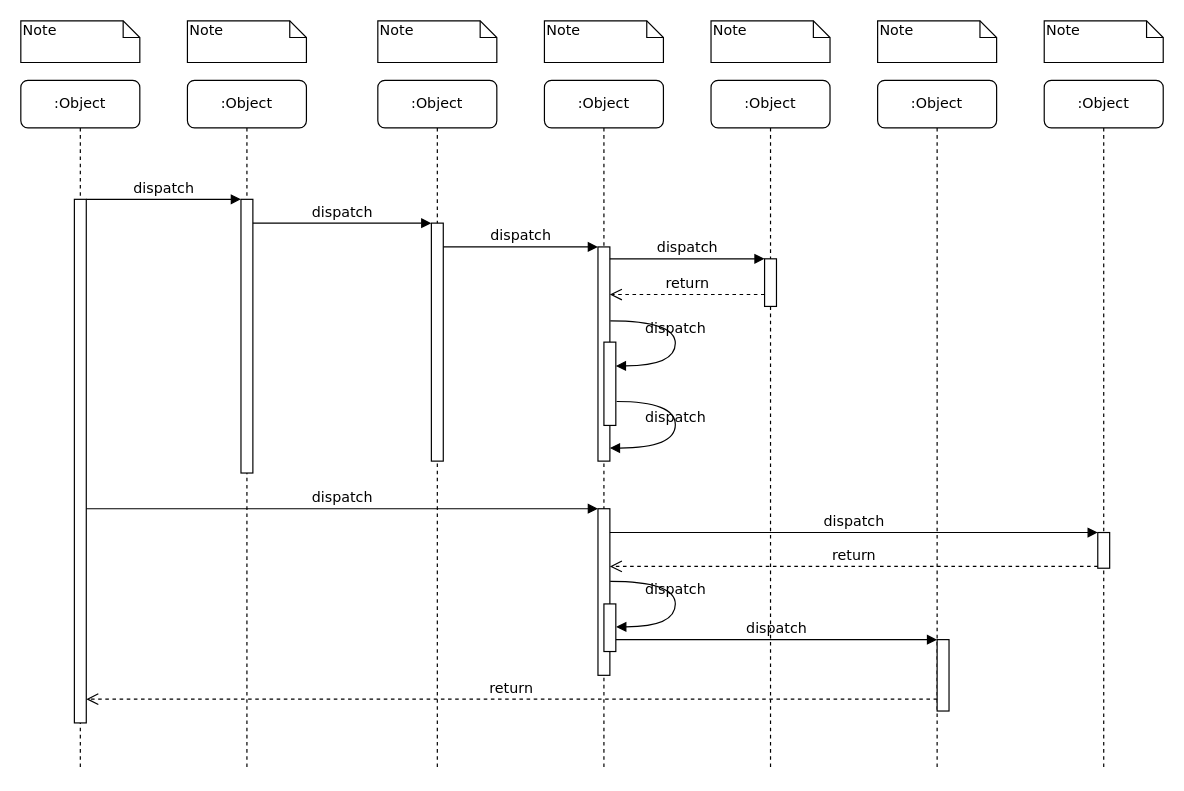
Above: 时序图.drawio in Gonod20s/Voice-Controlled-Robot (draw.io), before the change. Source tidied: cells renumbered, new cells numbered last; positions are measured from the earlier drawing's top-left corner, leaving out a move shared by most shapes. Both pictures are drawn from the tidied source at 119%, with x=0, y=0 at pixel (20, 20).
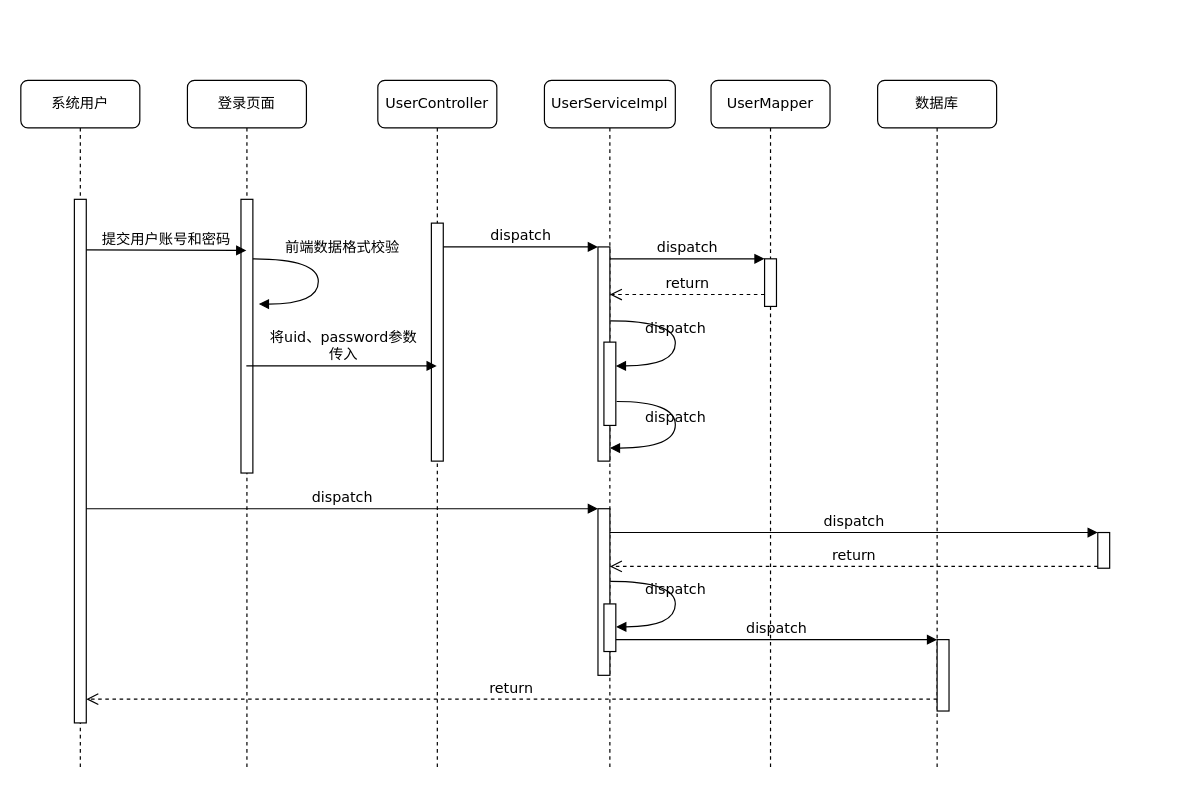
After the change.

Commit message:
更新时序图.drawio

Unchanged cells that the change refers to:
```xml
<mxCell id="3" style="html=1;points=[];perimeter=orthogonalPerimeter;rounded=0;shadow=0;comic=0;labelBackgroundColor=none;strokeWidth=1;fontFamily=Verdana;fontSize=12;align=center;" parent="2" vertex="1">
  <mxGeometry x="45" y="100" width="10" height="230" as="geometry" />
</mxCell>
<mxCell id="5" style="html=1;points=[];perimeter=orthogonalPerimeter;rounded=0;shadow=0;comic=0;labelBackgroundColor=none;strokeWidth=1;fontFamily=Verdana;fontSize=12;align=center;" parent="4" vertex="1">
  <mxGeometry x="45" y="120" width="10" height="200" as="geometry" />
</mxCell>
<mxCell id="11" style="html=1;points=[];perimeter=orthogonalPerimeter;rounded=0;shadow=0;comic=0;labelBackgroundColor=none;strokeWidth=1;fontFamily=Verdana;fontSize=12;align=center;" parent="10" vertex="1">
  <mxGeometry x="45" y="100" width="10" height="440" as="geometry" />
</mxCell>
```

What changed in the source:
```diff
@@
-    <mxCell id="2" value=":Object" style="shape=umlLifeline;perimeter=lifelinePerimeter;whiteSpace=wrap;html=1;outlineConnect=0;rounded=1;shadow=0;comic=0;labelBackgroundColor=none;strokeWidth=1;fontFamily=Verdana;fontSize=12;align=center;" parent="1" vertex="1">
+    <mxCell id="2" value="登录页面" style="shape=umlLifeline;perimeter=lifelinePerimeter;whiteSpace=wrap;html=1;outlineConnect=0;rounded=1;shadow=0;comic=0;labelBackgroundColor=none;strokeWidth=1;fontFamily=Verdana;fontSize=12;align=center;" parent="1" vertex="1">
       <mxGeometry x="140" y="50" width="100" height="580" as="geometry" />
     </mxCell>
@@
+    <mxCell id="39" value="前端数据格式校验" style="html=1;verticalAlign=bottom;endArrow=block;labelBackgroundColor=none;fontFamily=Verdana;fontSize=12;elbow=vertical;edgeStyle=orthogonalEdgeStyle;curved=1;entryX=1;entryY=0.286;entryPerimeter=0;exitX=1.038;exitY=0.345;exitPerimeter=0;" parent="2" edge="1">
+      <mxGeometry x="-0.23" y="20" relative="1" as="geometry">
+        <mxPoint x="55" y="150" as="sourcePoint" />
+        <mxPoint x="60" y="188" as="targetPoint" />
+        <Array as="points">
+          <mxPoint x="110" y="150" />
+          <mxPoint x="110" y="188" />
+        </Array>
+      </mxGeometry>
+    </mxCell>
+    <mxCell id="25" value="提交用户账号和密码" style="html=1;verticalAlign=bottom;endArrow=block;labelBackgroundColor=none;fontFamily=Verdana;fontSize=12;edgeStyle=elbowEdgeStyle;elbow=vertical;exitX=0.5;exitY=0.103;exitDx=0;exitDy=0;exitPerimeter=0;" parent="2" edge="1" target="2">
+      <mxGeometry relative="1" as="geometry">
+        <mxPoint x="-87" y="142.5" as="sourcePoint" />
+      </mxGeometry>
+    </mxCell>
-    <mxCell id="4" value=":Object" style="shape=umlLifeline;perimeter=lifelinePerimeter;whiteSpace=wrap;html=1;outlineConnect=0;rounded=1;shadow=0;comic=0;labelBackgroundColor=none;strokeWidth=1;fontFamily=Verdana;fontSize=12;align=center;" parent="1" vertex="1">
+    <mxCell id="4" value="UserController" style="shape=umlLifeline;perimeter=lifelinePerimeter;whiteSpace=wrap;html=1;outlineConnect=0;rounded=1;shadow=0;comic=0;labelBackgroundColor=none;strokeWidth=1;fontFamily=Verdana;fontSize=12;align=center;" parent="1" vertex="1">
       <mxGeometry x="300" y="50" width="100" height="580" as="geometry" />
     </mxCell>
@@
-    <mxCell id="6" value=":Object" style="shape=umlLifeline;perimeter=lifelinePerimeter;whiteSpace=wrap;html=1;rounded=1;shadow=0;comic=0;labelBackgroundColor=none;strokeWidth=1;fontFamily=Verdana;fontSize=12;align=center;" parent="1" vertex="1">
-      <mxGeometry x="440" y="50" width="100" height="580" as="geometry" />
+    <mxCell id="6" value="UserServiceImpl" style="shape=umlLifeline;perimeter=lifelinePerimeter;whiteSpace=wrap;html=1;rounded=1;shadow=0;comic=0;labelBackgroundColor=none;strokeWidth=1;fontFamily=Verdana;fontSize=12;align=center;" parent="1" vertex="1">
+      <mxGeometry x="440" y="50" width="110" height="580" as="geometry" />
     </mxCell>
-    <mxCell id="7" value=":Object" style="shape=umlLifeline;perimeter=lifelinePerimeter;whiteSpace=wrap;html=1;rounded=1;shadow=0;comic=0;labelBackgroundColor=none;strokeWidth=1;fontFamily=Verdana;fontSize=12;align=center;" parent="1" vertex="1">
+    <mxCell id="7" value="UserMapper" style="shape=umlLifeline;perimeter=lifelinePerimeter;whiteSpace=wrap;html=1;rounded=1;shadow=0;comic=0;labelBackgroundColor=none;strokeWidth=1;fontFamily=Verdana;fontSize=12;align=center;" parent="1" vertex="1">
       <mxGeometry x="580" y="50" width="100" height="580" as="geometry" />
     </mxCell>
-    <mxCell id="8" value=":Object" style="shape=umlLifeline;perimeter=lifelinePerimeter;whiteSpace=wrap;html=1;rounded=1;shadow=0;comic=0;labelBackgroundColor=none;strokeWidth=1;fontFamily=Verdana;fontSize=12;align=center;" parent="1" vertex="1">
+    <mxCell id="8" value="数据库" style="shape=umlLifeline;perimeter=lifelinePerimeter;whiteSpace=wrap;html=1;rounded=1;shadow=0;comic=0;labelBackgroundColor=none;strokeWidth=1;fontFamily=Verdana;fontSize=12;align=center;" parent="1" vertex="1">
       <mxGeometry x="720" y="50" width="100" height="580" as="geometry" />
     </mxCell>
-    <mxCell id="9" value=":Object" style="shape=umlLifeline;perimeter=lifelinePerimeter;whiteSpace=wrap;html=1;rounded=1;shadow=0;comic=0;labelBackgroundColor=none;strokeWidth=1;fontFamily=Verdana;fontSize=12;align=center;" parent="1" vertex="1">
-      <mxGeometry x="860" y="50" width="100" height="580" as="geometry" />
-    </mxCell>
-    <mxCell id="10" value=":Object" style="shape=umlLifeline;perimeter=lifelinePerimeter;whiteSpace=wrap;html=1;rounded=1;shadow=0;comic=0;labelBackgroundColor=none;strokeWidth=1;fontFamily=Verdana;fontSize=12;align=center;" parent="1" vertex="1">
+    <mxCell id="10" value="系统用户" style="shape=umlLifeline;perimeter=lifelinePerimeter;whiteSpace=wrap;html=1;rounded=1;shadow=0;comic=0;labelBackgroundColor=none;strokeWidth=1;fontFamily=Verdana;fontSize=12;align=center;" parent="1" vertex="1">
       <mxGeometry y="50" width="100" height="580" as="geometry" />
     </mxCell>
@@
-    <mxCell id="25" value="dispatch" style="html=1;verticalAlign=bottom;endArrow=block;entryX=0;entryY=0;labelBackgroundColor=none;fontFamily=Verdana;fontSize=12;edgeStyle=elbowEdgeStyle;elbow=vertical;" parent="1" edge="1" source="11" target="3">
-      <mxGeometry relative="1" as="geometry" />
-    </mxCell>
-    <mxCell id="26" value="dispatch" style="html=1;verticalAlign=bottom;endArrow=block;entryX=0;entryY=0;labelBackgroundColor=none;fontFamily=Verdana;fontSize=12;edgeStyle=elbowEdgeStyle;elbow=vertical;" parent="1" edge="1" source="3" target="5">
-      <mxGeometry relative="1" as="geometry" />
-    </mxCell>
@@
-    <mxCell id="32" value="Note" style="shape=note;whiteSpace=wrap;html=1;size=14;verticalAlign=top;align=left;spacingTop=-6;rounded=0;shadow=0;comic=0;labelBackgroundColor=none;strokeWidth=1;fontFamily=Verdana;fontSize=12;" parent="1" vertex="1">
-      <mxGeometry width="100" height="35" as="geometry" />
-    </mxCell>
-    <mxCell id="33" value="Note" style="shape=note;whiteSpace=wrap;html=1;size=14;verticalAlign=top;align=left;spacingTop=-6;rounded=0;shadow=0;comic=0;labelBackgroundColor=none;strokeWidth=1;fontFamily=Verdana;fontSize=12;" parent="1" vertex="1">
-      <mxGeometry x="140" width="100" height="35" as="geometry" />
-    </mxCell>
-    <mxCell id="34" value="Note" style="shape=note;whiteSpace=wrap;html=1;size=14;verticalAlign=top;align=left;spacingTop=-6;rounded=0;shadow=0;comic=0;labelBackgroundColor=none;strokeWidth=1;fontFamily=Verdana;fontSize=12;" parent="1" vertex="1">
-      <mxGeometry x="300" width="100" height="35" as="geometry" />
-    </mxCell>
-    <mxCell id="35" value="Note" style="shape=note;whiteSpace=wrap;html=1;size=14;verticalAlign=top;align=left;spacingTop=-6;rounded=0;shadow=0;comic=0;labelBackgroundColor=none;strokeWidth=1;fontFamily=Verdana;fontSize=12;" parent="1" vertex="1">
-      <mxGeometry x="440" width="100" height="35" as="geometry" />
-    </mxCell>
-    <mxCell id="36" value="Note" style="shape=note;whiteSpace=wrap;html=1;size=14;verticalAlign=top;align=left;spacingTop=-6;rounded=0;shadow=0;comic=0;labelBackgroundColor=none;strokeWidth=1;fontFamily=Verdana;fontSize=12;" parent="1" vertex="1">
-      <mxGeometry x="580" width="100" height="35" as="geometry" />
-    </mxCell>
-    <mxCell id="37" value="Note" style="shape=note;whiteSpace=wrap;html=1;size=14;verticalAlign=top;align=left;spacingTop=-6;rounded=0;shadow=0;comic=0;labelBackgroundColor=none;strokeWidth=1;fontFamily=Verdana;fontSize=12;" parent="1" vertex="1">
-      <mxGeometry x="720" width="100" height="35" as="geometry" />
-    </mxCell>
-    <mxCell id="38" value="Note" style="shape=note;whiteSpace=wrap;html=1;size=14;verticalAlign=top;align=left;spacingTop=-6;rounded=0;shadow=0;comic=0;labelBackgroundColor=none;strokeWidth=1;fontFamily=Verdana;fontSize=12;" parent="1" vertex="1">
-      <mxGeometry x="860" width="100" height="35" as="geometry" />
-    </mxCell>
+    <mxCell id="40" value="将uid、password参数&lt;div&gt;传入&lt;/div&gt;" style="html=1;verticalAlign=bottom;endArrow=block;labelBackgroundColor=none;fontFamily=Verdana;fontSize=12;edgeStyle=elbowEdgeStyle;elbow=vertical;" parent="1" edge="1" source="2" target="4">
+      <mxGeometry x="0.01" relative="1" as="geometry">
+        <Array as="points">
+          <mxPoint x="270" y="290" />
+        </Array>
+      </mxGeometry>
+    </mxCell>
```
